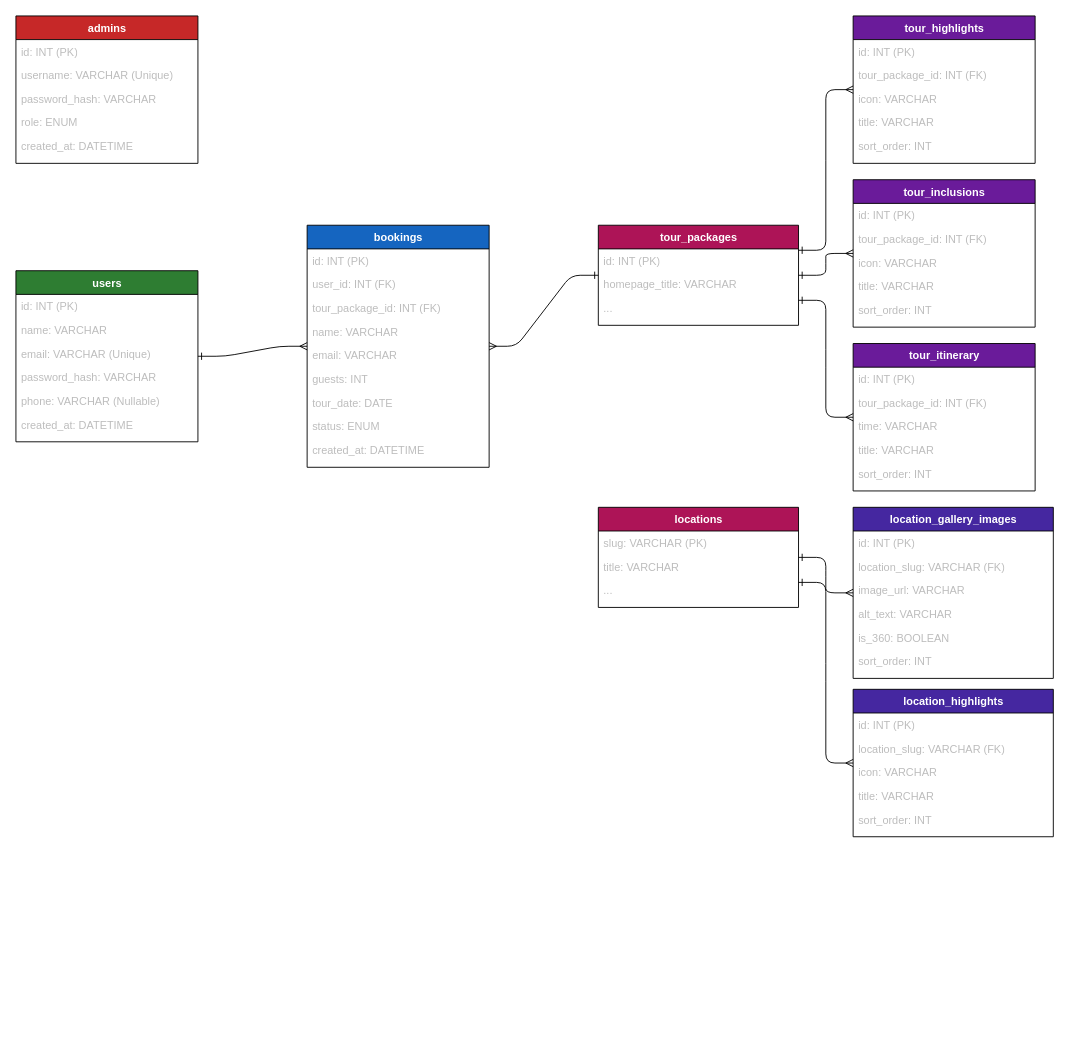
Before: er-diagram.drawio.xml in Payshia-Software-Solutions/sapphire-trails, a draw.io diagram. Source tidied: cells renumbered, new cells numbered last; positions are measured from the earlier drawing's top-left corner, leaving out a move shared by most shapes. Both pictures are drawn from the tidied source at 91%, with x=0, y=0 at pixel (15, 15).
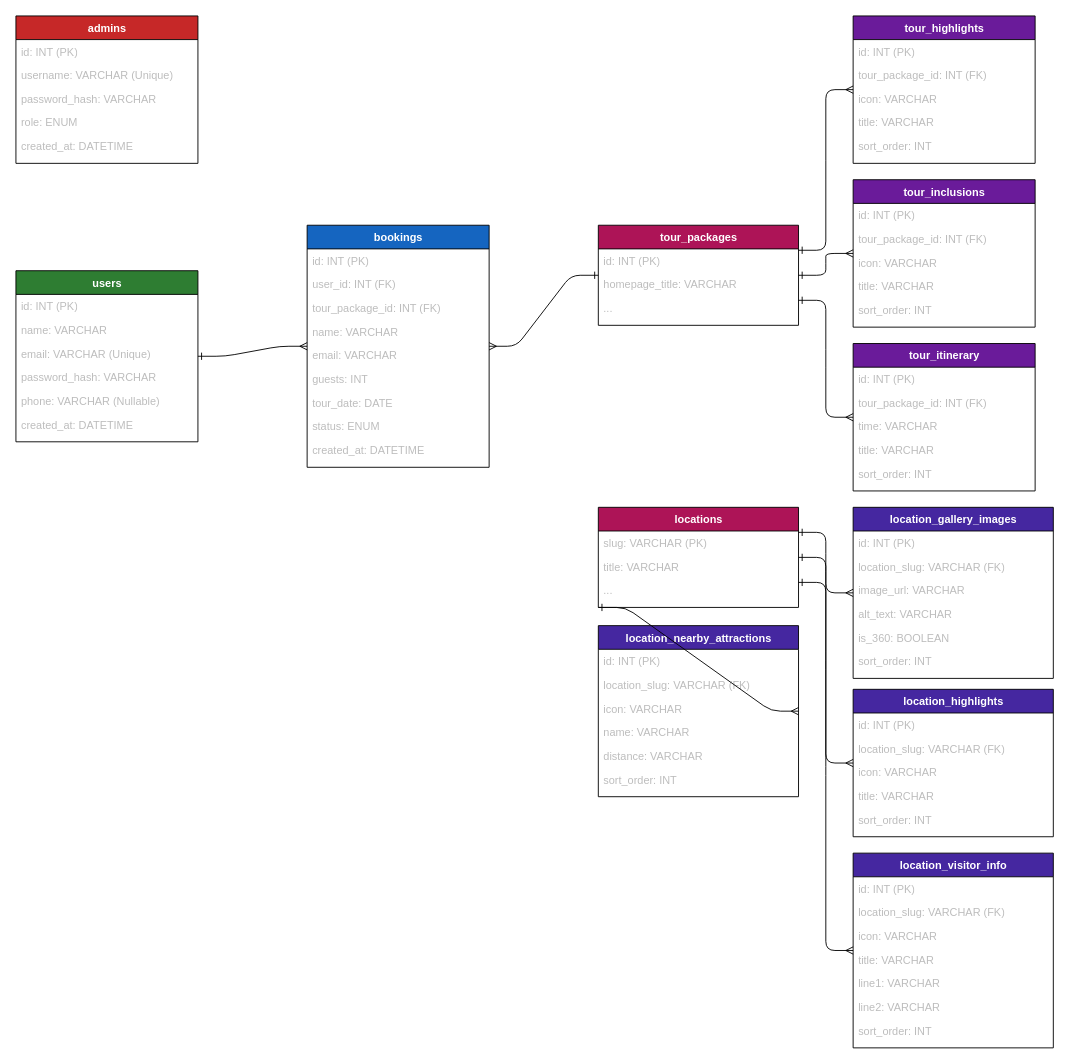
The same diagram, later.

Commit message:
only these table are show where is location nearby attraction and visito

Unchanged cells that the change refers to:
```xml
<mxCell id="47" value="locations" style="swimlane;fontStyle=1;align=center;verticalAlign=top;horizontal=1;startSize=26;html=1;fontColor=#FFFFFF;fillColor=#AD1457;" parent="1" vertex="1">
  <mxGeometry x="640" y="540" width="220" height="110" as="geometry" />
</mxCell>
<mxCell id="51" value="location_gallery_images" style="swimlane;fontStyle=1;align=center;verticalAlign=top;horizontal=1;startSize=26;html=1;fontColor=#FFFFFF;fillColor=#4527A0;" parent="1" vertex="1">
  <mxGeometry x="920" y="540" width="220" height="188" as="geometry" />
</mxCell>
<mxCell id="58" value="location_highlights" style="swimlane;fontStyle=1;align=center;verticalAlign=top;horizontal=1;startSize=26;html=1;fontColor=#FFFFFF;fillColor=#4527A0;" parent="1" vertex="1">
  <mxGeometry x="920" y="740" width="220" height="162" as="geometry" />
</mxCell>
```

The edit, as a diff of the source:
```diff
@@
+    <mxCell id="71" value="location_visitor_info" style="swimlane;fontStyle=1;align=center;verticalAlign=top;horizontal=1;startSize=26;html=1;fontColor=#FFFFFF;fillColor=#4527A0;" parent="1" vertex="1">
+      <mxGeometry x="920" y="920" width="220" height="214" as="geometry" />
+    </mxCell>
+    <mxCell id="72" value="id: INT (PK)" style="text;strokeColor=none;fillColor=none;align=left;verticalAlign=top;spacingLeft=4;spacingRight=4;overflow=hidden;html=1;fontColor=#BDBDBD;" parent="71" vertex="1">
+      <mxGeometry y="26" width="220" height="26" as="geometry" />
+    </mxCell>
+    <mxCell id="73" value="location_slug: VARCHAR (FK)" style="text;strokeColor=none;fillColor=none;align=left;verticalAlign=top;spacingLeft=4;spacingRight=4;overflow=hidden;html=1;fontColor=#BDBDBD;" parent="71" vertex="1">
+      <mxGeometry y="52" width="220" height="26" as="geometry" />
+    </mxCell>
+    <mxCell id="74" value="icon: VARCHAR" style="text;strokeColor=none;fillColor=none;align=left;verticalAlign=top;spacingLeft=4;spacingRight=4;overflow=hidden;html=1;fontColor=#BDBDBD;" parent="71" vertex="1">
+      <mxGeometry y="78" width="220" height="26" as="geometry" />
+    </mxCell>
+    <mxCell id="75" value="title: VARCHAR" style="text;strokeColor=none;fillColor=none;align=left;verticalAlign=top;spacingLeft=4;spacingRight=4;overflow=hidden;html=1;fontColor=#BDBDBD;" parent="71" vertex="1">
+      <mxGeometry y="104" width="220" height="26" as="geometry" />
+    </mxCell>
+    <mxCell id="76" value="line1: VARCHAR" style="text;strokeColor=none;fillColor=none;align=left;verticalAlign=top;spacingLeft=4;spacingRight=4;overflow=hidden;html=1;fontColor=#BDBDBD;" parent="71" vertex="1">
+      <mxGeometry y="130" width="220" height="26" as="geometry" />
+    </mxCell>
+    <mxCell id="77" value="line2: VARCHAR" style="text;strokeColor=none;fillColor=none;align=left;verticalAlign=top;spacingLeft=4;spacingRight=4;overflow=hidden;html=1;fontColor=#BDBDBD;" parent="71" vertex="1">
+      <mxGeometry y="156" width="220" height="26" as="geometry" />
+    </mxCell>
+    <mxCell id="78" value="sort_order: INT" style="text;strokeColor=none;fillColor=none;align=left;verticalAlign=top;spacingLeft=4;spacingRight=4;overflow=hidden;html=1;fontColor=#BDBDBD;" parent="71" vertex="1">
+      <mxGeometry y="182" width="220" height="26" as="geometry" />
+    </mxCell>
+    <mxCell id="79" value="location_nearby_attractions" style="swimlane;fontStyle=1;align=center;verticalAlign=top;horizontal=1;startSize=26;html=1;fontColor=#FFFFFF;fillColor=#4527A0;" parent="1" vertex="1">
+      <mxGeometry x="640" y="670" width="220" height="188" as="geometry" />
+    </mxCell>
+    <mxCell id="80" value="id: INT (PK)" style="text;strokeColor=none;fillColor=none;align=left;verticalAlign=top;spacingLeft=4;spacingRight=4;overflow=hidden;html=1;fontColor=#BDBDBD;" parent="79" vertex="1">
+      <mxGeometry y="26" width="220" height="26" as="geometry" />
+    </mxCell>
+    <mxCell id="81" value="location_slug: VARCHAR (FK)" style="text;strokeColor=none;fillColor=none;align=left;verticalAlign=top;spacingLeft=4;spacingRight=4;overflow=hidden;html=1;fontColor=#BDBDBD;" parent="79" vertex="1">
+      <mxGeometry y="52" width="220" height="26" as="geometry" />
+    </mxCell>
+    <mxCell id="82" value="icon: VARCHAR" style="text;strokeColor=none;fillColor=none;align=left;verticalAlign=top;spacingLeft=4;spacingRight=4;overflow=hidden;html=1;fontColor=#BDBDBD;" parent="79" vertex="1">
+      <mxGeometry y="78" width="220" height="26" as="geometry" />
+    </mxCell>
+    <mxCell id="83" value="name: VARCHAR" style="text;strokeColor=none;fillColor=none;align=left;verticalAlign=top;spacingLeft=4;spacingRight=4;overflow=hidden;html=1;fontColor=#BDBDBD;" parent="79" vertex="1">
+      <mxGeometry y="104" width="220" height="26" as="geometry" />
+    </mxCell>
+    <mxCell id="84" value="distance: VARCHAR" style="text;strokeColor=none;fillColor=none;align=left;verticalAlign=top;spacingLeft=4;spacingRight=4;overflow=hidden;html=1;fontColor=#BDBDBD;" parent="79" vertex="1">
+      <mxGeometry y="130" width="220" height="26" as="geometry" />
+    </mxCell>
+    <mxCell id="85" value="sort_order: INT" style="text;strokeColor=none;fillColor=none;align=left;verticalAlign=top;spacingLeft=4;spacingRight=4;overflow=hidden;html=1;fontColor=#BDBDBD;" parent="79" vertex="1">
+      <mxGeometry y="156" width="220" height="26" as="geometry" />
+    </mxCell>
@@
-    <mxCell id="69" style="edgeStyle=entityRelationEdgeStyle;endArrow=ERmany;startArrow=ERone;html=1;exitX=1;exitY=0.5;entryX=0;entryY=0.5;" parent="1" edge="1" source="47" target="51">
+    <mxCell id="69" style="edgeStyle=entityRelationEdgeStyle;endArrow=ERmany;startArrow=ERone;html=1;exitX=1;exitY=0.25;entryX=0;entryY=0.5;" parent="1" edge="1" source="47" target="51">
       <mxGeometry relative="1" as="geometry" />
     </mxCell>
-    <mxCell id="70" style="edgeStyle=entityRelationEdgeStyle;endArrow=ERmany;startArrow=ERone;html=1;exitX=1;exitY=0.75;entryX=0;entryY=0.5;" parent="1" edge="1" source="47" target="58">
+    <mxCell id="70" style="edgeStyle=entityRelationEdgeStyle;endArrow=ERmany;startArrow=ERone;html=1;exitX=1;exitY=0.5;entryX=0;entryY=0.5;" parent="1" edge="1" source="47" target="58">
       <mxGeometry relative="1" as="geometry" />
     </mxCell>
+    <mxCell id="86" style="edgeStyle=entityRelationEdgeStyle;endArrow=ERmany;startArrow=ERone;html=1;exitX=1;exitY=0.75;entryX=0;entryY=0.5;" parent="1" edge="1" source="47" target="71">
+      <mxGeometry relative="1" as="geometry" />
+    </mxCell>
+    <mxCell id="87" style="edgeStyle=entityRelationEdgeStyle;endArrow=ERmany;startArrow=ERone;html=1;exitX=0;exitY=1;entryX=1;entryY=0.5;" parent="1" edge="1" source="47" target="79">
+      <mxGeometry relative="1" as="geometry" />
+    </mxCell>
```
